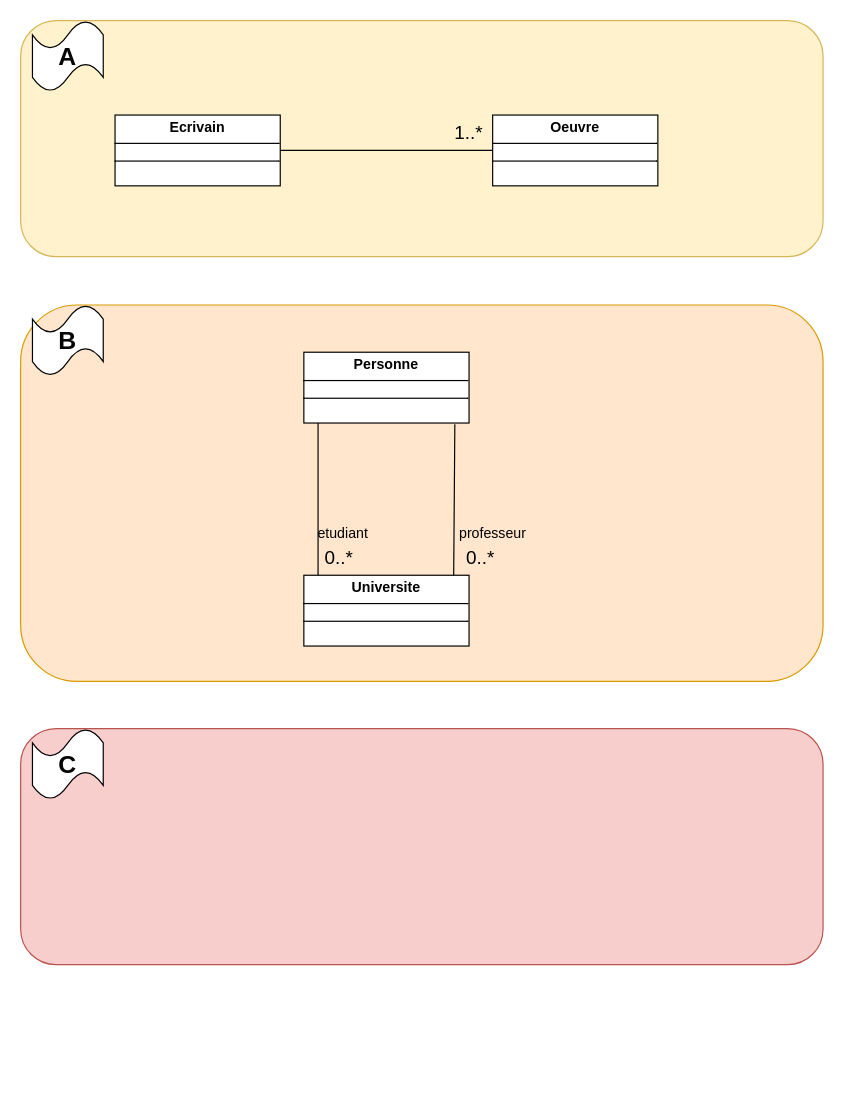
The draw.io diagram TP2/TP_2_UML_Exercice_2.drawio in Mzk-Ali/EXO_M2I_UML, before the edit. Source tidied: cells renumbered, new cells numbered last; positions are measured from the earlier drawing's top-left corner, leaving out a move shared by most shapes. Both pictures are drawn from the tidied source at 118%, with x=0, y=0 at pixel (20, 20).
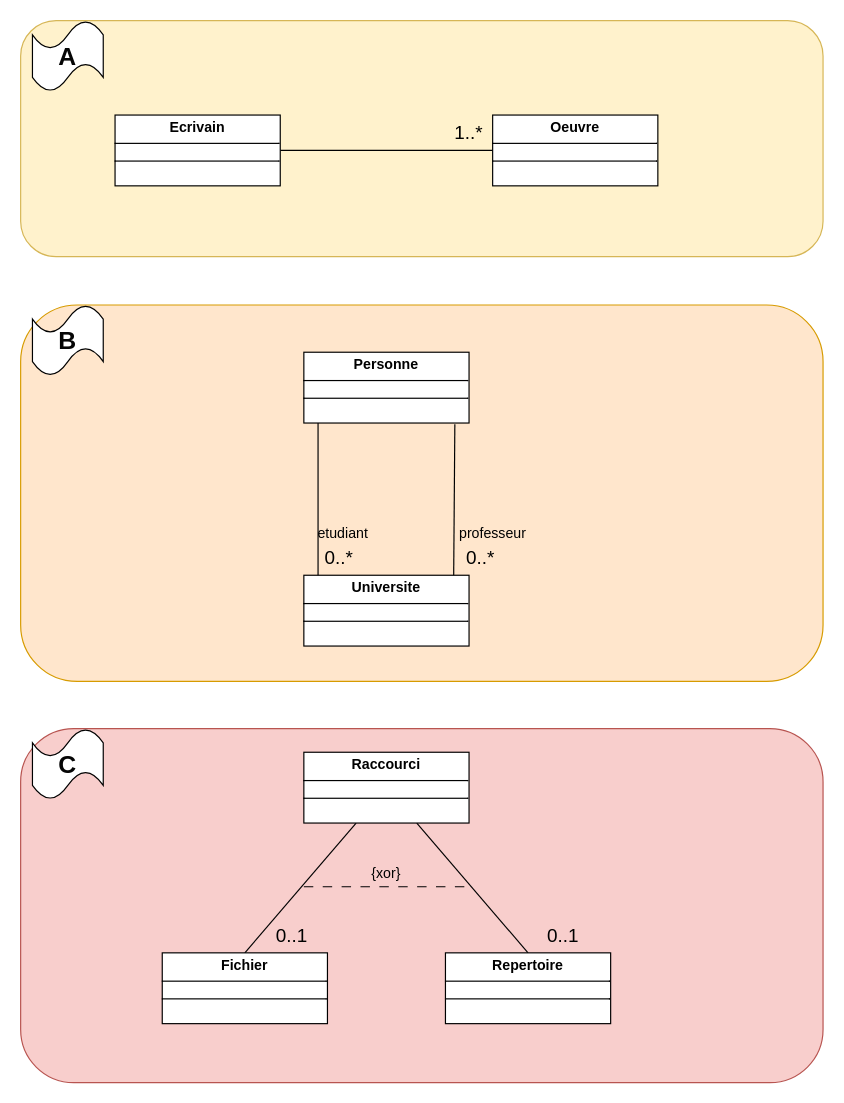
The same page after the edit.

Commit message (it also covers changes not shown here):
Mettre à jour TP_2_UML_Exercice_2.drawio

The edit, as a diff of the source:
```diff
@@
     <mxCell id="18" style="rounded=1;whiteSpace=wrap;html=1;fillColor=#f8cecc;strokeColor=#b85450;" parent="1" vertex="1">
-      <mxGeometry y="600" width="680" height="200" as="geometry" />
+      <mxGeometry y="600" width="680" height="300" as="geometry" />
     </mxCell>
@@
+    <mxCell id="20" style="rounded=0;jettySize=auto;html=1;entryX=0.5;entryY=0;entryDx=0;entryDy=0;endArrow=none;startFill=0;" parent="1" edge="1" source="22" target="23">
+      <mxGeometry relative="1" as="geometry" />
+    </mxCell>
+    <mxCell id="21" style="rounded=0;jettySize=auto;html=1;entryX=0.5;entryY=0;entryDx=0;entryDy=0;endArrow=none;startFill=0;" parent="1" edge="1" source="22" target="24">
+      <mxGeometry relative="1" as="geometry" />
+    </mxCell>
+    <mxCell id="22" value="&lt;p style=&quot;margin:0px;margin-top:4px;text-align:center;&quot;&gt;&lt;b&gt;Raccourci&lt;/b&gt;&lt;/p&gt;&lt;hr size=&quot;1&quot; style=&quot;border-style:solid;&quot;&gt;&lt;div style=&quot;height:2px;&quot;&gt;&lt;/div&gt;&lt;hr size=&quot;1&quot; style=&quot;border-style:solid;&quot;&gt;&lt;div style=&quot;height:2px;&quot;&gt;&lt;/div&gt;" style="verticalAlign=top;align=left;overflow=fill;html=1;whiteSpace=wrap;" parent="1" vertex="1">
+      <mxGeometry x="240" y="620" width="140" height="60" as="geometry" />
+    </mxCell>
+    <mxCell id="23" value="&lt;p style=&quot;margin:0px;margin-top:4px;text-align:center;&quot;&gt;&lt;b&gt;Fichier&lt;/b&gt;&lt;/p&gt;&lt;hr size=&quot;1&quot; style=&quot;border-style:solid;&quot;&gt;&lt;div style=&quot;height:2px;&quot;&gt;&lt;/div&gt;&lt;hr size=&quot;1&quot; style=&quot;border-style:solid;&quot;&gt;&lt;div style=&quot;height:2px;&quot;&gt;&lt;/div&gt;" style="verticalAlign=top;align=left;overflow=fill;html=1;whiteSpace=wrap;" parent="1" vertex="1">
+      <mxGeometry x="120" y="790" width="140" height="60" as="geometry" />
+    </mxCell>
+    <mxCell id="24" value="&lt;p style=&quot;margin:0px;margin-top:4px;text-align:center;&quot;&gt;&lt;b&gt;Repertoire&lt;/b&gt;&lt;/p&gt;&lt;hr size=&quot;1&quot; style=&quot;border-style:solid;&quot;&gt;&lt;div style=&quot;height:2px;&quot;&gt;&lt;/div&gt;&lt;hr size=&quot;1&quot; style=&quot;border-style:solid;&quot;&gt;&lt;div style=&quot;height:2px;&quot;&gt;&lt;/div&gt;" style="verticalAlign=top;align=left;overflow=fill;html=1;whiteSpace=wrap;" parent="1" vertex="1">
+      <mxGeometry x="360" y="790" width="140" height="60" as="geometry" />
+    </mxCell>
+    <mxCell id="25" value="&lt;font style=&quot;font-size: 16px;&quot;&gt;0..1&lt;/font&gt;" style="text;html=1;align=center;verticalAlign=middle;whiteSpace=wrap;rounded=0;" parent="1" vertex="1">
+      <mxGeometry x="200" y="760" width="60" height="30" as="geometry" />
+    </mxCell>
+    <mxCell id="26" value="&lt;font style=&quot;font-size: 16px;&quot;&gt;0..1&lt;/font&gt;" style="text;html=1;align=center;verticalAlign=middle;whiteSpace=wrap;rounded=0;" parent="1" vertex="1">
+      <mxGeometry x="430" y="760" width="60" height="30" as="geometry" />
+    </mxCell>
+    <mxCell id="27" style="line;strokeWidth=1;fillColor=none;align=left;verticalAlign=middle;spacingTop=-1;spacingLeft=3;spacingRight=3;labelPosition=right;strokeColor=inherit;dashed=1;dashPattern=8 8;" parent="1" vertex="1">
+      <mxGeometry x="240" y="730" width="140" height="8" as="geometry" />
+    </mxCell>
+    <mxCell id="28" value="{xor}" style="text;html=1;align=center;verticalAlign=middle;whiteSpace=wrap;rounded=0;" parent="1" vertex="1">
+      <mxGeometry x="280" y="708" width="60" height="30" as="geometry" />
+    </mxCell>
```
